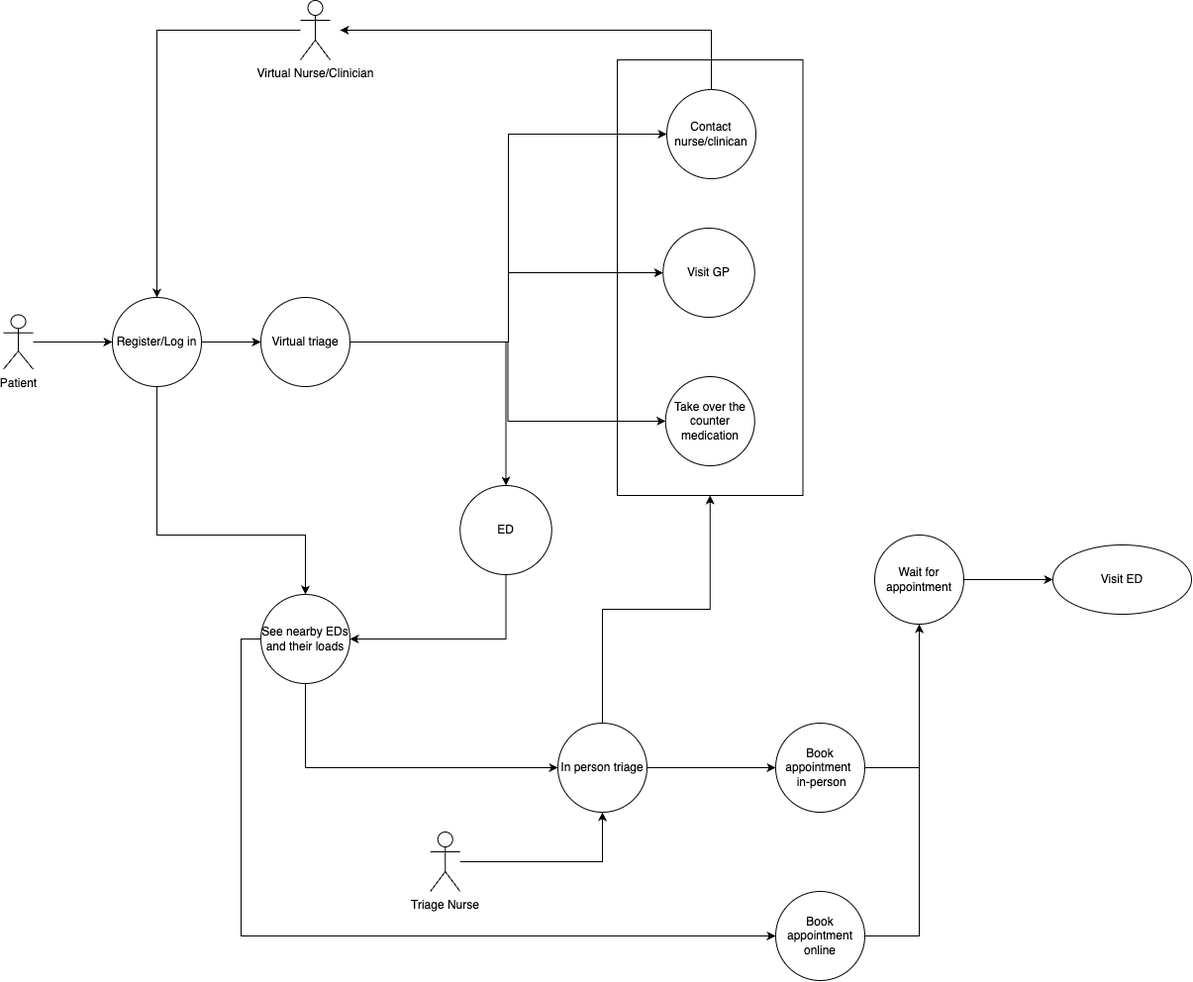
This is UML_Diagram.drawio.png from uvic-teach/project-m1-team6, a draw.io export, as it was before one commit. Source tidied: cells renumbered, new cells last; positions are measured from the earlier drawing's top-left corner, leaving out a move shared by most shapes.
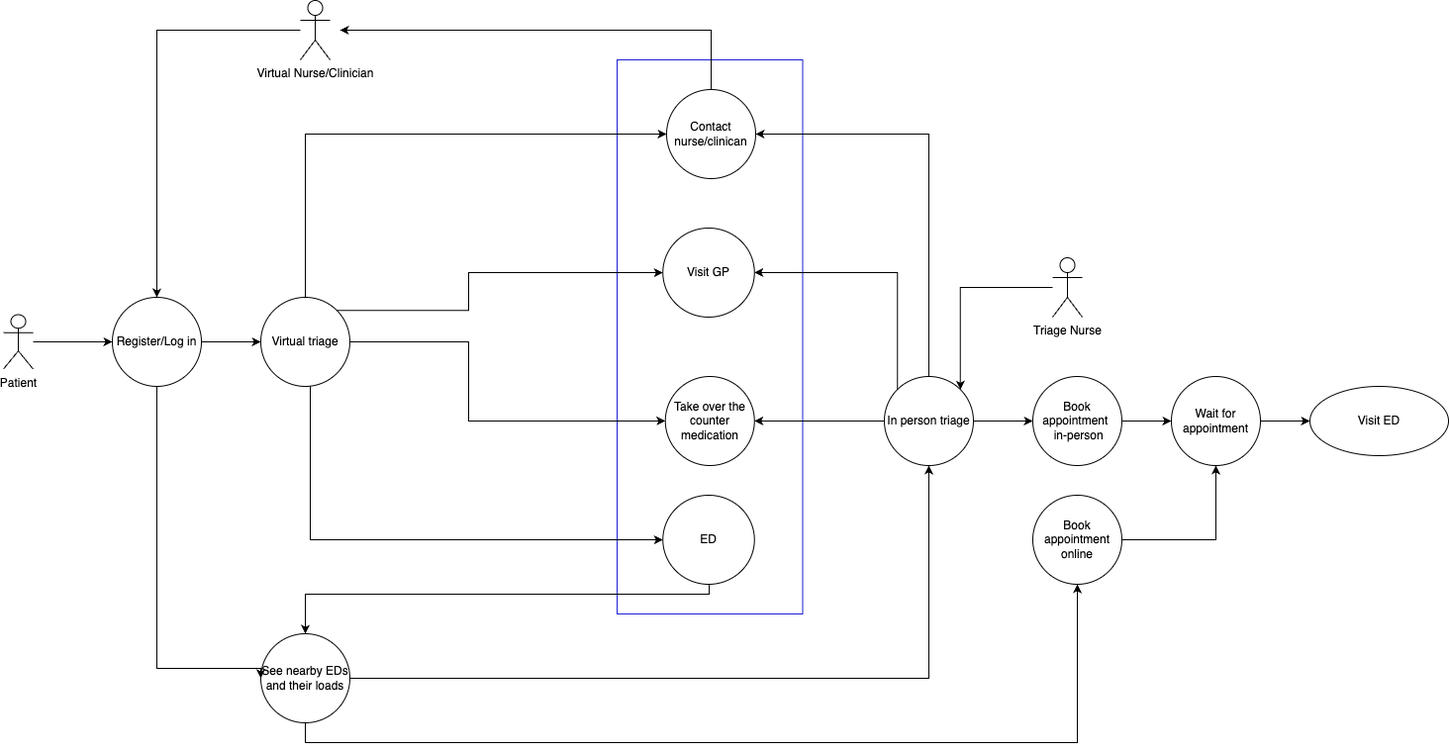
After the change.

Change to the diagram source:
```diff
@@ -2,8 +2,8 @@
   <root>
     <mxCell id="0" />
     <mxCell id="1" parent="0" />
-    <mxCell id="2" style="html=1;whiteSpace=wrap;fillColor=none;" parent="1" vertex="1">
-      <mxGeometry x="620" y="60" width="187.5" height="440" as="geometry" />
+    <mxCell id="2" style="html=1;whiteSpace=wrap;fillColor=none;strokeColor=#191fd7;" parent="1" vertex="1">
+      <mxGeometry x="620" y="60" width="187.5" height="560" as="geometry" />
     </mxCell>
     <mxCell id="3" style="edgeStyle=orthogonalEdgeStyle;rounded=0;jettySize=auto;html=1;entryX=0;entryY=0.5;entryDx=0;entryDy=0;" parent="1" edge="1" source="4" target="20">
       <mxGeometry relative="1" as="geometry" />
@@ -11,62 +11,90 @@
     <mxCell id="4" value="Patient&lt;br&gt;" style="shape=umlActor;verticalLabelPosition=bottom;verticalAlign=top;html=1;" parent="1" vertex="1">
       <mxGeometry y="317.5" width="30" height="55" as="geometry" />
     </mxCell>
+    <mxCell id="7" style="edgeStyle=orthogonalEdgeStyle;rounded=0;jettySize=auto;html=1;entryX=0;entryY=0.5;entryDx=0;entryDy=0;exitX=0.5;exitY=0;exitDx=0;exitDy=0;" parent="1" edge="1" source="9" target="25">
+      <mxGeometry relative="1" as="geometry">
+        <Array as="points">
+          <mxPoint x="305" y="135" />
+        </Array>
+      </mxGeometry>
+    </mxCell>
+    <mxCell id="6" style="edgeStyle=orthogonalEdgeStyle;rounded=0;jettySize=auto;html=1;exitX=1;exitY=0;exitDx=0;exitDy=0;entryX=0;entryY=0.5;entryDx=0;entryDy=0;" parent="1" edge="1" source="9" target="23">
+      <mxGeometry relative="1" as="geometry">
+        <Array as="points">
+          <mxPoint x="470" y="313" />
+          <mxPoint x="470" y="275" />
+        </Array>
+      </mxGeometry>
+    </mxCell>
     <mxCell id="5" style="edgeStyle=orthogonalEdgeStyle;rounded=0;jettySize=auto;html=1;entryX=0;entryY=0.5;entryDx=0;entryDy=0;" parent="1" edge="1" source="9" target="12">
-      <mxGeometry relative="1" as="geometry" />
+      <mxGeometry relative="1" as="geometry">
+        <Array as="points">
+          <mxPoint x="470" y="345" />
+          <mxPoint x="470" y="425" />
+        </Array>
+      </mxGeometry>
     </mxCell>
-    <mxCell id="6" style="edgeStyle=orthogonalEdgeStyle;rounded=0;jettySize=auto;html=1;entryX=0;entryY=0.5;entryDx=0;entryDy=0;" parent="1" edge="1" source="9" target="23">
-      <mxGeometry relative="1" as="geometry">
-        <Array as="points">
-          <mxPoint x="510" y="345" />
-          <mxPoint x="510" y="275" />
-        </Array>
-      </mxGeometry>
-    </mxCell>
-    <mxCell id="7" style="edgeStyle=orthogonalEdgeStyle;rounded=0;jettySize=auto;html=1;entryX=0;entryY=0.5;entryDx=0;entryDy=0;" parent="1" edge="1" source="9" target="25">
-      <mxGeometry relative="1" as="geometry" />
-    </mxCell>
-    <mxCell id="8" style="edgeStyle=orthogonalEdgeStyle;rounded=0;jettySize=auto;html=1;entryX=0.5;entryY=0;entryDx=0;entryDy=0;" parent="1" edge="1" source="9" target="14">
-      <mxGeometry relative="1" as="geometry" />
+    <mxCell id="8" style="edgeStyle=orthogonalEdgeStyle;rounded=0;jettySize=auto;html=1;entryX=0;entryY=0.5;entryDx=0;entryDy=0;" parent="1" edge="1" source="9" target="14">
+      <mxGeometry relative="1" as="geometry">
+        <Array as="points">
+          <mxPoint x="310" y="545" />
+        </Array>
+      </mxGeometry>
     </mxCell>
     <mxCell id="9" value="Virtual triage" style="ellipse;whiteSpace=wrap;html=1;fillColor=none;" parent="1" vertex="1">
       <mxGeometry x="260" y="300" width="90" height="90" as="geometry" />
     </mxCell>
-    <mxCell id="10" style="edgeStyle=orthogonalEdgeStyle;rounded=0;jettySize=auto;html=1;entryX=0.5;entryY=1;entryDx=0;entryDy=0;" parent="1" edge="1" source="11" target="17">
+    <mxCell id="10" style="edgeStyle=orthogonalEdgeStyle;rounded=0;jettySize=auto;html=1;entryX=1;entryY=0;entryDx=0;entryDy=0;" parent="1" edge="1" source="11" target="17">
       <mxGeometry relative="1" as="geometry" />
     </mxCell>
     <mxCell id="11" value="Triage Nurse" style="shape=umlActor;verticalLabelPosition=bottom;verticalAlign=top;html=1;" parent="1" vertex="1">
-      <mxGeometry x="431.2" y="840" width="30" height="60" as="geometry" />
+      <mxGeometry x="1060" y="260" width="30" height="60" as="geometry" />
     </mxCell>
     <mxCell id="12" value="Take over the counter medication" style="ellipse;whiteSpace=wrap;html=1;fillColor=none;" parent="1" vertex="1">
       <mxGeometry x="668.8" y="380" width="90" height="90" as="geometry" />
     </mxCell>
-    <mxCell id="13" style="edgeStyle=orthogonalEdgeStyle;rounded=0;jettySize=auto;html=1;entryX=1;entryY=0.5;entryDx=0;entryDy=0;exitX=0.5;exitY=1;exitDx=0;exitDy=0;" parent="1" edge="1" source="14" target="30">
-      <mxGeometry relative="1" as="geometry">
-        <Array as="points">
-          <mxPoint x="508" y="645" />
-        </Array>
-      </mxGeometry>
-    </mxCell>
+    <mxCell id="36" style="edgeStyle=orthogonalEdgeStyle;rounded=0;jettySize=auto;html=1;entryX=0.5;entryY=0;entryDx=0;entryDy=0;" parent="1" edge="1" target="30">
+      <mxGeometry relative="1" as="geometry">
+        <mxPoint x="713" y="590" as="sourcePoint" />
+        <Array as="points">
+          <mxPoint x="713" y="600" />
+          <mxPoint x="305" y="600" />
+        </Array>
+      </mxGeometry>
+    </mxCell>
     <mxCell id="14" value="ED" style="ellipse;whiteSpace=wrap;html=1;fillColor=none;" parent="1" vertex="1">
-      <mxGeometry x="461.2" y="490" width="92.5" height="90" as="geometry" />
+      <mxGeometry x="666.2" y="500" width="92.5" height="90" as="geometry" />
     </mxCell>
     <mxCell id="15" style="edgeStyle=orthogonalEdgeStyle;rounded=0;jettySize=auto;html=1;entryX=0;entryY=0.5;entryDx=0;entryDy=0;" parent="1" edge="1" source="17" target="35">
       <mxGeometry relative="1" as="geometry" />
     </mxCell>
-    <mxCell id="16" style="edgeStyle=orthogonalEdgeStyle;rounded=0;jettySize=auto;html=1;entryX=0.5;entryY=1;entryDx=0;entryDy=0;" parent="1" edge="1" source="17" target="2">
-      <mxGeometry relative="1" as="geometry" />
-    </mxCell>
+    <mxCell id="37" style="edgeStyle=orthogonalEdgeStyle;rounded=0;jettySize=auto;html=1;entryX=1;entryY=0.5;entryDx=0;entryDy=0;" parent="1" edge="1" source="17" target="12">
+      <mxGeometry relative="1" as="geometry" />
+    </mxCell>
+    <mxCell id="38" style="edgeStyle=orthogonalEdgeStyle;rounded=0;jettySize=auto;html=1;exitX=0;exitY=0;exitDx=0;exitDy=0;entryX=1;entryY=0.5;entryDx=0;entryDy=0;" parent="1" edge="1" source="17" target="23">
+      <mxGeometry relative="1" as="geometry">
+        <Array as="points">
+          <mxPoint x="903" y="275" />
+        </Array>
+      </mxGeometry>
+    </mxCell>
+    <mxCell id="39" style="edgeStyle=orthogonalEdgeStyle;rounded=0;jettySize=auto;html=1;entryX=1;entryY=0.5;entryDx=0;entryDy=0;" parent="1" edge="1" source="17" target="25">
+      <mxGeometry relative="1" as="geometry">
+        <Array as="points">
+          <mxPoint x="935" y="135" />
+        </Array>
+      </mxGeometry>
+    </mxCell>
     <mxCell id="17" value="In person triage" style="ellipse;whiteSpace=wrap;html=1;fillColor=none;" parent="1" vertex="1">
-      <mxGeometry x="560" y="730" width="90" height="90" as="geometry" />
+      <mxGeometry x="890" y="380" width="90" height="90" as="geometry" />
     </mxCell>
     <mxCell id="18" style="edgeStyle=orthogonalEdgeStyle;rounded=0;jettySize=auto;html=1;exitX=1;exitY=0.5;exitDx=0;exitDy=0;" parent="1" edge="1" source="20" target="9">
       <mxGeometry relative="1" as="geometry" />
     </mxCell>
-    <mxCell id="19" style="edgeStyle=orthogonalEdgeStyle;rounded=0;jettySize=auto;html=1;entryX=0.5;entryY=0;entryDx=0;entryDy=0;" parent="1" edge="1" source="20" target="30">
+    <mxCell id="19" style="edgeStyle=orthogonalEdgeStyle;rounded=0;jettySize=auto;html=1;entryX=0;entryY=0.5;entryDx=0;entryDy=0;" parent="1" edge="1" source="20" target="30">
       <mxGeometry relative="1" as="geometry">
         <Array as="points">
-          <mxPoint x="155" y="540" />
-          <mxPoint x="305" y="540" />
+          <mxPoint x="155" y="675" />
         </Array>
       </mxGeometry>
     </mxCell>
@@ -77,7 +105,7 @@
       <mxGeometry relative="1" as="geometry" />
     </mxCell>
     <mxCell id="22" value="Wait for appointment" style="ellipse;whiteSpace=wrap;html=1;fillColor=none;" parent="1" vertex="1">
-      <mxGeometry x="880" y="540" width="90" height="90" as="geometry" />
+      <mxGeometry x="1180" y="380" width="90" height="90" as="geometry" />
     </mxCell>
     <mxCell id="23" value="Visit GP" style="ellipse;whiteSpace=wrap;html=1;fillColor=none;" parent="1" vertex="1">
       <mxGeometry x="666.2" y="230" width="92.5" height="90" as="geometry" />
@@ -99,38 +127,34 @@
     <mxCell id="27" value="Virtual Nurse/Clinician" style="shape=umlActor;verticalLabelPosition=bottom;verticalAlign=top;html=1;" parent="1" vertex="1">
       <mxGeometry x="300" width="30" height="60" as="geometry" />
     </mxCell>
+    <mxCell id="29" style="edgeStyle=orthogonalEdgeStyle;rounded=0;jettySize=auto;html=1;entryX=0.5;entryY=1;entryDx=0;entryDy=0;" parent="1" edge="1" source="30" target="17">
+      <mxGeometry relative="1" as="geometry" />
+    </mxCell>
-    <mxCell id="28" style="edgeStyle=orthogonalEdgeStyle;rounded=0;jettySize=auto;html=1;entryX=0;entryY=0.5;entryDx=0;entryDy=0;" parent="1" edge="1" source="30" target="33">
+    <mxCell id="28" style="edgeStyle=orthogonalEdgeStyle;rounded=0;jettySize=auto;html=1;entryX=0.5;entryY=1;entryDx=0;entryDy=0;" parent="1" edge="1" source="30" target="33">
       <mxGeometry relative="1" as="geometry">
         <Array as="points">
-          <mxPoint x="240" y="645" />
-          <mxPoint x="240" y="945" />
+          <mxPoint x="305" y="750" />
+          <mxPoint x="1085" y="750" />
         </Array>
       </mxGeometry>
     </mxCell>
-    <mxCell id="29" style="edgeStyle=orthogonalEdgeStyle;rounded=0;jettySize=auto;html=1;entryX=0;entryY=0.5;entryDx=0;entryDy=0;" parent="1" edge="1" source="30" target="17">
-      <mxGeometry relative="1" as="geometry">
-        <Array as="points">
-          <mxPoint x="305" y="775" />
-        </Array>
-      </mxGeometry>
-    </mxCell>
     <mxCell id="30" value="See nearby EDs and their loads" style="ellipse;whiteSpace=wrap;html=1;fillColor=none;" parent="1" vertex="1">
-      <mxGeometry x="260" y="600" width="90" height="90" as="geometry" />
+      <mxGeometry x="260" y="640" width="90" height="90" as="geometry" />
     </mxCell>
     <mxCell id="31" value="Visit ED" style="ellipse;whiteSpace=wrap;html=1;fillColor=none;" parent="1" vertex="1">
-      <mxGeometry x="1060" y="550" width="140" height="70" as="geometry" />
+      <mxGeometry x="1320" y="390" width="140" height="70" as="geometry" />
     </mxCell>
     <mxCell id="32" style="edgeStyle=orthogonalEdgeStyle;rounded=0;jettySize=auto;html=1;entryX=0.5;entryY=1;entryDx=0;entryDy=0;" parent="1" edge="1" source="33" target="22">
       <mxGeometry relative="1" as="geometry" />
     </mxCell>
     <mxCell id="33" value="Book appointment&lt;br&gt;online" style="ellipse;whiteSpace=wrap;html=1;fillColor=none;" parent="1" vertex="1">
-      <mxGeometry x="780" y="900" width="90" height="90" as="geometry" />
+      <mxGeometry x="1040" y="500" width="90" height="90" as="geometry" />
     </mxCell>
-    <mxCell id="34" style="edgeStyle=orthogonalEdgeStyle;rounded=0;jettySize=auto;html=1;entryX=0.5;entryY=1;entryDx=0;entryDy=0;" parent="1" edge="1" source="35" target="22">
+    <mxCell id="34" style="edgeStyle=orthogonalEdgeStyle;rounded=0;jettySize=auto;html=1;entryX=0;entryY=0.5;entryDx=0;entryDy=0;" parent="1" edge="1" source="35" target="22">
       <mxGeometry relative="1" as="geometry" />
     </mxCell>
     <mxCell id="35" value="Book appointment&amp;nbsp; &amp;nbsp;in-person" style="ellipse;whiteSpace=wrap;html=1;fillColor=none;" parent="1" vertex="1">
-      <mxGeometry x="780" y="730" width="90" height="90" as="geometry" />
+      <mxGeometry x="1040" y="380" width="90" height="90" as="geometry" />
     </mxCell>
   </root>
 </mxGraphModel>
```
